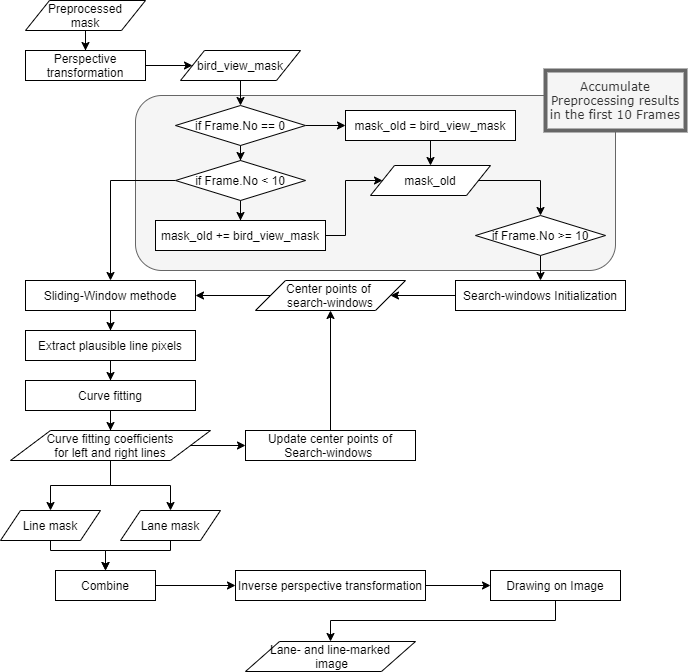
Above: Flow_Charts/Detection.png in Duseob-Song/Computer-Visoin (draw.io), before the change. Source tidied: cells renumbered, new cells last; positions are measured from the earlier drawing's top-left corner, leaving out a move shared by most shapes.
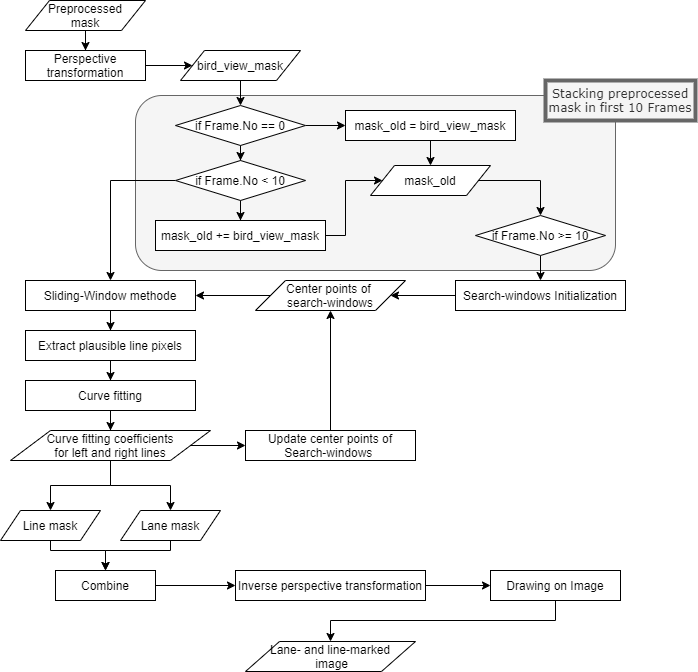
After the commit.

What changed in the source:
```diff
@@ -174,8 +174,8 @@
     <mxCell id="49" value="Lane- and line-marked&lt;br&gt;&amp;nbsp;image" style="shape=parallelogram;perimeter=parallelogramPerimeter;whiteSpace=wrap;html=1;" parent="1" vertex="1">
       <mxGeometry x="245" y="641" width="170" height="30" as="geometry" />
     </mxCell>
-    <mxCell id="50" value="Accumulate Preprocessing results in the first 10 Frames" style="rounded=0;whiteSpace=wrap;html=1;strokeWidth=4;fontFamily=Verdana;fillColor=#f5f5f5;strokeColor=#666666;fontColor=#333333;" parent="1" vertex="1">
-      <mxGeometry x="545" y="70" width="140" height="60" as="geometry" />
+    <mxCell id="50" value="Stacking preprocessed mask in first 10 Frames" style="rounded=0;whiteSpace=wrap;html=1;strokeWidth=4;fontFamily=Verdana;fillColor=#f5f5f5;strokeColor=#666666;fontColor=#333333;" parent="1" vertex="1">
+      <mxGeometry x="545" y="80" width="150" height="40" as="geometry" />
     </mxCell>
   </root>
 </mxGraphModel>
```
